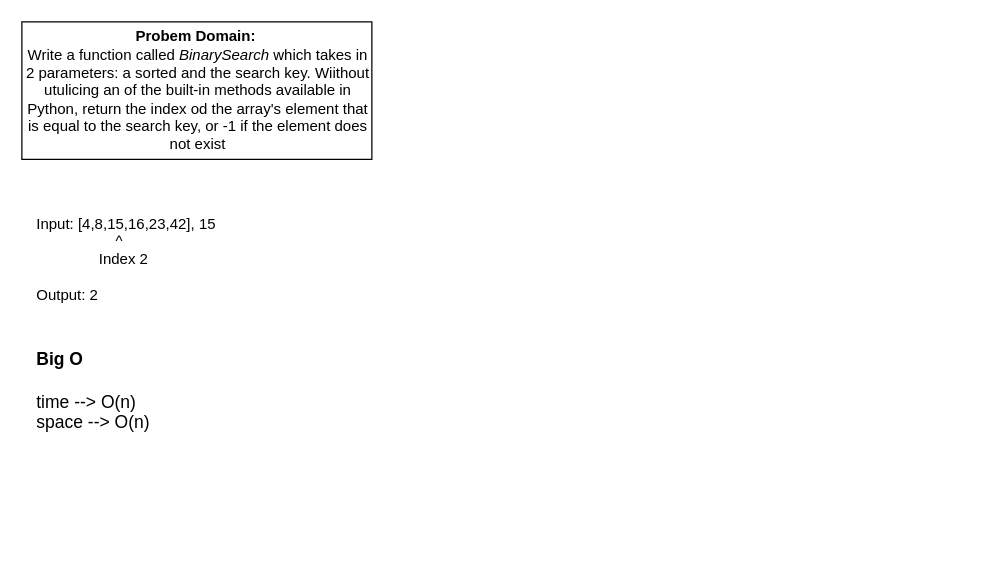
Earlier version of the draw.io diagram dsa/challenges/array_binary_search/whiteboard.drawio (Bhattb2/data-structures-and-algorithms-python). Source tidied: cells renumbered, new cells numbered last; positions are measured from the earlier drawing's top-left corner, leaving out a move shared by most shapes. Both pictures are drawn from the tidied source at 125%, with x=0, y=0 at pixel (21, 21).
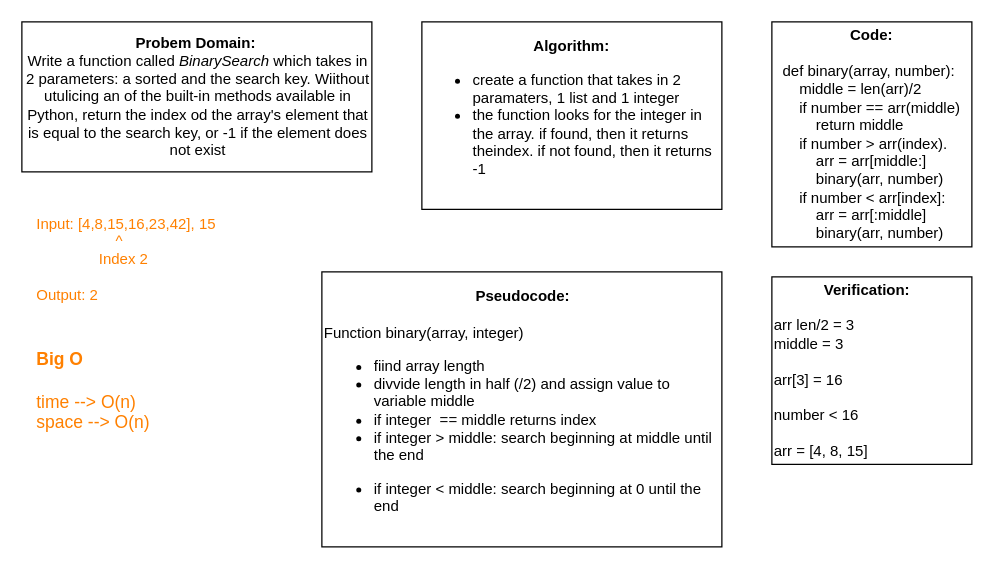
After the change.

Commit message (it also covers changes not shown here):
wrote code and tests

What changed in the source:
```diff
@@
 <mxGraphModel>
   <root>
     <mxCell id="0" />
     <mxCell id="1" parent="0" />
     <mxCell id="2" value="&lt;div style=&quot;text-align: center&quot;&gt;&lt;span&gt;&lt;b&gt;Probem Domain:&amp;nbsp;&lt;/b&gt;&lt;/span&gt;&lt;/div&gt;&lt;div style=&quot;text-align: center&quot;&gt;Write a function called &lt;i&gt;BinarySearch &lt;/i&gt;which takes in 2 parameters: a sorted and the search key. Wiithout utulicing an of the built-in methods available in Python, return the index od the array's element that is equal to the search key, or -1 if the element does not exist&lt;/div&gt;" style="whiteSpace=wrap;html=1;textDirection=ltr;align=left;" parent="1" vertex="1">
-      <mxGeometry width="280" height="110" as="geometry" />
+      <mxGeometry width="280" height="120" as="geometry" />
     </mxCell>
+    <mxCell id="5" value="&lt;b&gt;Algorithm:&lt;/b&gt;&lt;br&gt;&lt;div&gt;&lt;ul&gt;&lt;li style=&quot;text-align: left&quot;&gt;create a function that takes in 2 paramaters, 1 list and 1 integer&lt;/li&gt;&lt;li style=&quot;text-align: left&quot;&gt;the function looks for the integer in the array. if found, then it returns theindex. if not found, then it returns -1&lt;/li&gt;&lt;/ul&gt;&lt;/div&gt;" style="whiteSpace=wrap;html=1;" parent="1" vertex="1">
+      <mxGeometry x="320" width="240" height="150" as="geometry" />
+    </mxCell>
+    <mxCell id="6" value="&lt;b&gt;Code:&lt;br&gt;&lt;/b&gt;&lt;br&gt;&lt;div style=&quot;text-align: left&quot;&gt;&lt;span&gt;def binary(array, number):&lt;/span&gt;&lt;/div&gt;&lt;div style=&quot;text-align: left&quot;&gt;&lt;span&gt;&amp;nbsp; &amp;nbsp; middle = len(arr)/2&lt;/span&gt;&lt;/div&gt;&lt;div style=&quot;text-align: left&quot;&gt;&lt;span&gt;&amp;nbsp; &amp;nbsp; if number == arr(middle)&lt;/span&gt;&lt;/div&gt;&lt;div style=&quot;text-align: left&quot;&gt;&lt;span&gt;&amp;nbsp; &amp;nbsp; &amp;nbsp; &amp;nbsp; return middle&lt;/span&gt;&lt;/div&gt;&lt;div style=&quot;text-align: left&quot;&gt;&lt;span&gt;&amp;nbsp; &amp;nbsp; if number &amp;gt; arr(index).&lt;/span&gt;&lt;/div&gt;&lt;div style=&quot;text-align: left&quot;&gt;&lt;span&gt;&amp;nbsp; &amp;nbsp; &amp;nbsp; &amp;nbsp; arr = arr[middle:]&lt;/span&gt;&lt;/div&gt;&lt;div style=&quot;text-align: left&quot;&gt;&lt;span&gt;&amp;nbsp; &amp;nbsp; &amp;nbsp; &amp;nbsp; binary(arr, number)&lt;/span&gt;&lt;/div&gt;&lt;div style=&quot;text-align: left&quot;&gt;&lt;span&gt;&amp;nbsp; &amp;nbsp; if number &amp;lt; arr[index]:&lt;/span&gt;&lt;/div&gt;&lt;div style=&quot;text-align: left&quot;&gt;&lt;span&gt;&amp;nbsp; &amp;nbsp; &amp;nbsp; &amp;nbsp; arr = arr[:middle]&lt;/span&gt;&lt;/div&gt;&lt;div style=&quot;text-align: left&quot;&gt;&lt;span&gt;&amp;nbsp; &amp;nbsp; &amp;nbsp; &amp;nbsp; binary(arr, number)&lt;/span&gt;&lt;/div&gt;" style="whiteSpace=wrap;html=1;" parent="1" vertex="1">
+      <mxGeometry x="600" width="160" height="180" as="geometry" />
+    </mxCell>
+    <mxCell id="7" value="&lt;div style=&quot;text-align: center&quot;&gt;&lt;b&gt;Pseudocode:&lt;/b&gt;&lt;/div&gt;&lt;br&gt;&lt;div&gt;Function binary(array, integer)&lt;/div&gt;&lt;div&gt;&lt;ul&gt;&lt;li&gt;fiind array length&lt;/li&gt;&lt;li&gt;divvide length in half (/2) and assign value to variable middle&lt;/li&gt;&lt;li&gt;if integer&amp;nbsp; == middle returns index&lt;/li&gt;&lt;li&gt;if integer &amp;gt; middle: search beginning at middle until the end&lt;/li&gt;&lt;/ul&gt;&lt;ul&gt;&lt;li&gt;if integer &amp;lt; middle: search beginning at 0 until the end&lt;/li&gt;&lt;/ul&gt;&lt;/div&gt;" style="whiteSpace=wrap;html=1;align=left;" parent="1" vertex="1">
+      <mxGeometry x="240" y="200" width="320" height="220" as="geometry" />
+    </mxCell>
+    <mxCell id="8" value="&lt;div style=&quot;text-align: center&quot;&gt;&lt;span&gt;&lt;b&gt;&amp;nbsp; &amp;nbsp; &amp;nbsp; &amp;nbsp; &amp;nbsp; &amp;nbsp; Verification:&lt;/b&gt;&lt;/span&gt;&lt;/div&gt;&lt;div style=&quot;text-align: center&quot;&gt;&lt;span&gt;&lt;b&gt;&lt;br&gt;&lt;/b&gt;&lt;/span&gt;&lt;/div&gt;arr len/2 = 3&lt;br&gt;middle = 3&lt;br&gt;&lt;br&gt;arr[3] = 16&lt;br&gt;&lt;br&gt;number &amp;lt; 16&lt;br&gt;&lt;br&gt;arr = [4, 8, 15]" style="whiteSpace=wrap;html=1;align=left;" parent="1" vertex="1">
+      <mxGeometry x="600" y="204" width="160" height="150" as="geometry" />
+    </mxCell>
-    <mxCell id="3" value="Input: [4,8,15,16,23,42], 15&lt;br&gt;&amp;nbsp; &amp;nbsp; &amp;nbsp; &amp;nbsp; &amp;nbsp; &amp;nbsp; &amp;nbsp; &amp;nbsp; &amp;nbsp; &amp;nbsp;^&lt;br&gt;&amp;nbsp; &amp;nbsp; &amp;nbsp; &amp;nbsp; &amp;nbsp; &amp;nbsp; &amp;nbsp; &amp;nbsp;Index 2&lt;br&gt;&lt;br&gt;Output: 2&lt;br&gt;" style="text;html=1;align=left;verticalAlign=middle;rotation=0;" parent="1" vertex="1">
+    <mxCell id="3" value="Input: [4,8,15,16,23,42], 15&lt;br&gt;&amp;nbsp; &amp;nbsp; &amp;nbsp; &amp;nbsp; &amp;nbsp; &amp;nbsp; &amp;nbsp; &amp;nbsp; &amp;nbsp; &amp;nbsp;^&lt;br&gt;&amp;nbsp; &amp;nbsp; &amp;nbsp; &amp;nbsp; &amp;nbsp; &amp;nbsp; &amp;nbsp; &amp;nbsp;Index 2&lt;br&gt;&lt;br&gt;Output: 2&lt;br&gt;" style="text;html=1;align=left;verticalAlign=middle;rotation=0;fontColor=#FF8000;" parent="1" vertex="1">
       <mxGeometry x="10" y="150" width="160" height="80" as="geometry" />
     </mxCell>
-    <mxCell id="4" value="&lt;font style=&quot;font-size: 14px&quot;&gt;&lt;b&gt;Big O&lt;/b&gt;&lt;br&gt;&lt;br&gt;time --&amp;gt; O(n)&lt;br&gt;space --&amp;gt; O(n)&lt;br&gt;&lt;/font&gt;" style="text;html=1;strokeColor=none;fillColor=none;align=left;verticalAlign=middle;whiteSpace=wrap;rounded=0;" parent="1" vertex="1">
+    <mxCell id="4" value="&lt;font style=&quot;font-size: 14px&quot;&gt;&lt;b&gt;Big O&lt;/b&gt;&lt;br&gt;&lt;br&gt;time --&amp;gt; O(n)&lt;br&gt;space --&amp;gt; O(n)&lt;br&gt;&lt;/font&gt;" style="text;html=1;strokeColor=none;fillColor=none;align=left;verticalAlign=middle;whiteSpace=wrap;rounded=0;labelBackgroundColor=none;fontColor=#FF8000;" parent="1" vertex="1">
       <mxGeometry x="10" y="260" width="140" height="70" as="geometry" />
     </mxCell>
   </root>
 </mxGraphModel>
```
